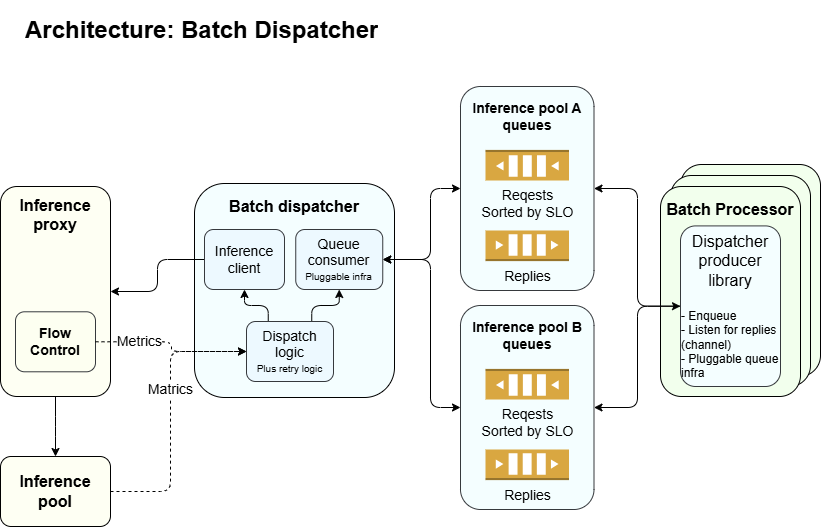
Earlier version of the draw.io export docs/design/diagrams/dispatch_1.png (llm-d-incubation/batch-gateway). Source tidied: cells renumbered, new cells last; positions are measured from the earlier drawing's top-left corner, leaving out a move shared by most shapes. Its diagram source:
```xml
<mxGraphModel>
  <root>
    <mxCell id="0" />
    <mxCell id="1" parent="0" />
    <mxCell id="2" value="&lt;div&gt;&lt;br&gt;&lt;/div&gt;" style="rounded=1;whiteSpace=wrap;html=1;fillColor=#F2FFED;" parent="1" vertex="1">
      <mxGeometry x="680" y="154" width="140" height="212" as="geometry" />
    </mxCell>
    <mxCell id="3" value="&lt;div&gt;&lt;br&gt;&lt;/div&gt;" style="rounded=1;whiteSpace=wrap;html=1;fillColor=#F2FFED;" parent="1" vertex="1">
      <mxGeometry x="670" y="165" width="140" height="211" as="geometry" />
    </mxCell>
    <mxCell id="4" value="&lt;font style=&quot;font-size: 14px;&quot;&gt;&lt;b&gt;Inference pool A&lt;/b&gt;&lt;/font&gt;&lt;div&gt;&lt;font style=&quot;font-size: 14px;&quot;&gt;&lt;b&gt;queues&lt;/b&gt;&lt;/font&gt;&lt;/div&gt;&lt;div&gt;&lt;font style=&quot;font-size: 14px;&quot;&gt;&lt;b&gt;&lt;br&gt;&lt;/b&gt;&lt;/font&gt;&lt;/div&gt;&lt;div&gt;&lt;font style=&quot;font-size: 14px;&quot;&gt;&lt;b&gt;&lt;br&gt;&lt;/b&gt;&lt;/font&gt;&lt;/div&gt;&lt;div&gt;&lt;font style=&quot;font-size: 14px;&quot;&gt;&lt;b&gt;&lt;br&gt;&lt;/b&gt;&lt;/font&gt;&lt;/div&gt;&lt;div&gt;&lt;font style=&quot;font-size: 14px;&quot;&gt;&lt;b&gt;&lt;br&gt;&lt;/b&gt;&lt;/font&gt;&lt;/div&gt;&lt;div&gt;&lt;font style=&quot;font-size: 14px;&quot;&gt;&lt;b&gt;&lt;br&gt;&lt;/b&gt;&lt;/font&gt;&lt;/div&gt;&lt;div&gt;&lt;font style=&quot;font-size: 14px;&quot;&gt;&lt;b&gt;&lt;br&gt;&lt;/b&gt;&lt;/font&gt;&lt;/div&gt;&lt;div&gt;&lt;br&gt;&lt;/div&gt;&lt;div&gt;&lt;br&gt;&lt;/div&gt;&lt;div&gt;&lt;br&gt;&lt;/div&gt;" style="rounded=1;whiteSpace=wrap;html=1;fillColor=#F4FEFF;strokeColor=#36393d;" parent="1" vertex="1">
      <mxGeometry x="460" y="76" width="133.5" height="204" as="geometry" />
    </mxCell>
    <mxCell id="5" value="&lt;div&gt;&lt;font style=&quot;font-size: 16px;&quot;&gt;&lt;b&gt;Batch Processor&lt;/b&gt;&lt;/font&gt;&lt;/div&gt;&lt;div&gt;&lt;font style=&quot;font-size: 16px;&quot;&gt;&lt;b&gt;&lt;br&gt;&lt;/b&gt;&lt;/font&gt;&lt;/div&gt;&lt;div&gt;&lt;font style=&quot;font-size: 16px;&quot;&gt;&lt;b&gt;&lt;br&gt;&lt;/b&gt;&lt;/font&gt;&lt;/div&gt;&lt;div&gt;&lt;font style=&quot;font-size: 16px;&quot;&gt;&lt;b&gt;&lt;br&gt;&lt;/b&gt;&lt;/font&gt;&lt;/div&gt;&lt;div&gt;&lt;font style=&quot;font-size: 16px;&quot;&gt;&lt;b&gt;&lt;br&gt;&lt;/b&gt;&lt;/font&gt;&lt;/div&gt;&lt;div&gt;&lt;font style=&quot;font-size: 16px;&quot;&gt;&lt;b&gt;&lt;br&gt;&lt;/b&gt;&lt;/font&gt;&lt;/div&gt;&lt;div&gt;&lt;font style=&quot;font-size: 16px;&quot;&gt;&lt;b&gt;&lt;br&gt;&lt;/b&gt;&lt;/font&gt;&lt;/div&gt;&lt;div&gt;&lt;font style=&quot;font-size: 16px;&quot;&gt;&lt;b&gt;&lt;br&gt;&lt;/b&gt;&lt;/font&gt;&lt;/div&gt;&lt;div&gt;&lt;br&gt;&lt;/div&gt;&lt;div&gt;&lt;br&gt;&lt;/div&gt;" style="rounded=1;whiteSpace=wrap;html=1;fillColor=#F2FFED;" parent="1" vertex="1">
      <mxGeometry x="660" y="176" width="140" height="210" as="geometry" />
    </mxCell>
    <mxCell id="6" value="&lt;h1&gt;Architecture: Batch Dispatcher&lt;/h1&gt;" style="text;html=1;strokeColor=none;fillColor=none;spacing=5;spacingTop=-20;whiteSpace=wrap;overflow=hidden;rounded=0;fontSize=12;" parent="1" vertex="1">
      <mxGeometry x="20" y="-0.4" width="630" height="40.4" as="geometry" />
    </mxCell>
    <mxCell id="7" style="edgeStyle=elbowEdgeStyle;elbow=vertical;html=1;exitX=0.5;exitY=1;exitDx=0;exitDy=0;" parent="1" edge="1" source="8" target="27">
      <mxGeometry relative="1" as="geometry" />
    </mxCell>
    <mxCell id="8" value="&lt;font style=&quot;font-size: 16px;&quot;&gt;&lt;b&gt;Inference proxy&lt;/b&gt;&lt;/font&gt;&lt;div&gt;&lt;font style=&quot;font-size: 16px;&quot;&gt;&lt;b&gt;&lt;br&gt;&lt;/b&gt;&lt;/font&gt;&lt;/div&gt;&lt;div&gt;&lt;font style=&quot;font-size: 16px;&quot;&gt;&lt;b&gt;&lt;br&gt;&lt;/b&gt;&lt;/font&gt;&lt;/div&gt;&lt;div&gt;&lt;font style=&quot;font-size: 16px;&quot;&gt;&lt;b&gt;&lt;br&gt;&lt;/b&gt;&lt;/font&gt;&lt;/div&gt;&lt;div&gt;&lt;font style=&quot;font-size: 16px;&quot;&gt;&lt;b&gt;&lt;br&gt;&lt;/b&gt;&lt;/font&gt;&lt;/div&gt;&lt;div&gt;&lt;font style=&quot;font-size: 16px;&quot;&gt;&lt;b&gt;&lt;br&gt;&lt;/b&gt;&lt;/font&gt;&lt;/div&gt;&lt;div&gt;&lt;font style=&quot;font-size: 16px;&quot;&gt;&lt;b&gt;&lt;br&gt;&lt;/b&gt;&lt;/font&gt;&lt;/div&gt;&lt;div&gt;&lt;font style=&quot;font-size: 16px;&quot;&gt;&lt;b&gt;&lt;br&gt;&lt;/b&gt;&lt;/font&gt;&lt;/div&gt;&lt;div&gt;&lt;font style=&quot;font-size: 16px;&quot;&gt;&lt;b&gt;&lt;br&gt;&lt;/b&gt;&lt;/font&gt;&lt;/div&gt;" style="rounded=1;whiteSpace=wrap;html=1;fillColor=#FEFFF3;" parent="1" vertex="1">
      <mxGeometry y="176" width="110" height="210" as="geometry" />
    </mxCell>
    <mxCell id="9" value="&lt;span style=&quot;font-size: 16px;&quot;&gt;&lt;b&gt;Batch dispatcher&lt;/b&gt;&lt;/span&gt;&lt;div&gt;&lt;span style=&quot;font-size: 16px;&quot;&gt;&lt;b&gt;&lt;br&gt;&lt;/b&gt;&lt;/span&gt;&lt;/div&gt;&lt;div&gt;&lt;span style=&quot;font-size: 16px;&quot;&gt;&lt;b&gt;&lt;br&gt;&lt;/b&gt;&lt;/span&gt;&lt;/div&gt;&lt;div&gt;&lt;span style=&quot;font-size: 16px;&quot;&gt;&lt;b&gt;&lt;br&gt;&lt;/b&gt;&lt;/span&gt;&lt;/div&gt;&lt;div&gt;&lt;span style=&quot;font-size: 16px;&quot;&gt;&lt;b&gt;&lt;br&gt;&lt;/b&gt;&lt;/span&gt;&lt;/div&gt;&lt;div&gt;&lt;span style=&quot;font-size: 16px;&quot;&gt;&lt;b&gt;&lt;br&gt;&lt;/b&gt;&lt;/span&gt;&lt;/div&gt;&lt;div&gt;&lt;span style=&quot;font-size: 16px;&quot;&gt;&lt;b&gt;&lt;br&gt;&lt;/b&gt;&lt;/span&gt;&lt;/div&gt;&lt;div&gt;&lt;span style=&quot;font-size: 16px;&quot;&gt;&lt;b&gt;&lt;br&gt;&lt;/b&gt;&lt;/span&gt;&lt;/div&gt;&lt;div&gt;&lt;span style=&quot;font-size: 16px;&quot;&gt;&lt;b&gt;&lt;br&gt;&lt;/b&gt;&lt;/span&gt;&lt;/div&gt;&lt;div&gt;&lt;br&gt;&lt;/div&gt;" style="rounded=1;whiteSpace=wrap;html=1;fillColor=#F4FEFF;" parent="1" vertex="1">
      <mxGeometry x="194" y="173" width="200" height="214" as="geometry" />
    </mxCell>
    <mxCell id="10" style="edgeStyle=elbowEdgeStyle;html=1;exitX=0;exitY=0.5;exitDx=0;exitDy=0;entryX=1;entryY=0.5;entryDx=0;entryDy=0;" parent="1" edge="1" source="11" target="8">
      <mxGeometry relative="1" as="geometry" />
    </mxCell>
    <mxCell id="11" value="&lt;font style=&quot;font-size: 14px;&quot;&gt;Inference client&lt;/font&gt;" style="rounded=1;whiteSpace=wrap;html=1;fillColor=#EDF9FF;strokeColor=#36393d;" parent="1" vertex="1">
      <mxGeometry x="204" y="219" width="80" height="60" as="geometry" />
    </mxCell>
    <mxCell id="12" value="&lt;font style=&quot;font-size: 14px;&quot;&gt;Queue consumer&lt;/font&gt;&lt;div&gt;&lt;font size=&quot;1&quot; style=&quot;&quot;&gt;Pluggable infra&lt;/font&gt;&lt;/div&gt;" style="rounded=1;whiteSpace=wrap;html=1;fillColor=#EDF9FF;strokeColor=#36393d;" parent="1" vertex="1">
      <mxGeometry x="295.2" y="219" width="87" height="60" as="geometry" />
    </mxCell>
    <mxCell id="13" style="edgeStyle=elbowEdgeStyle;html=1;entryX=1;entryY=0.5;entryDx=0;entryDy=0;exitX=0;exitY=0.5;exitDx=0;exitDy=0;startArrow=classic;startFill=1;" parent="1" edge="1" source="4" target="12">
      <mxGeometry relative="1" as="geometry">
        <Array as="points">
          <mxPoint x="430" y="213" />
        </Array>
      </mxGeometry>
    </mxCell>
    <mxCell id="14" style="edgeStyle=elbowEdgeStyle;html=1;exitX=0;exitY=0.5;exitDx=0;exitDy=0;entryX=1;entryY=0.5;entryDx=0;entryDy=0;" parent="1" edge="1" source="15" target="29">
      <mxGeometry relative="1" as="geometry" />
    </mxCell>
    <mxCell id="15" value="&lt;div&gt;&lt;span style=&quot;font-size: 16px;&quot;&gt;Dispatcher producer library&lt;/span&gt;&lt;/div&gt;&lt;div&gt;&lt;span style=&quot;font-size: 16px;&quot;&gt;&lt;br&gt;&lt;/span&gt;&lt;/div&gt;&lt;div style=&quot;text-align: left;&quot;&gt;- Enqueue&lt;/div&gt;&lt;div style=&quot;text-align: left;&quot;&gt;- Listen for replies (channel)&lt;/div&gt;&lt;div style=&quot;text-align: left;&quot;&gt;- Pluggable queue infra&lt;/div&gt;" style="rounded=1;whiteSpace=wrap;html=1;fillColor=#F4FEFF;strokeColor=#36393d;" parent="1" vertex="1">
      <mxGeometry x="680" y="215.4" width="100" height="160.6" as="geometry" />
    </mxCell>
    <mxCell id="16" style="edgeStyle=elbowEdgeStyle;html=1;exitX=0;exitY=0.5;exitDx=0;exitDy=0;entryX=1;entryY=0.5;entryDx=0;entryDy=0;startArrow=classic;startFill=1;" parent="1" edge="1" source="15" target="4">
      <mxGeometry relative="1" as="geometry" />
    </mxCell>
    <mxCell id="17" value="&lt;font style=&quot;font-size: 14px;&quot;&gt;Replies&lt;/font&gt;" style="dashed=0;verticalLabelPosition=bottom;verticalAlign=top;align=center;html=1;shape=mxgraph.aws3.queue;fillColor=#D9A741;gradientColor=none;" parent="1" vertex="1">
      <mxGeometry x="485" y="220" width="83.5" height="30.6" as="geometry" />
    </mxCell>
    <mxCell id="18" value="&lt;font style=&quot;font-size: 14px;&quot;&gt;Reqests&lt;/font&gt;&lt;div&gt;&lt;font style=&quot;font-size: 14px;&quot;&gt;Sorted by SLO&lt;/font&gt;&lt;/div&gt;" style="dashed=0;verticalLabelPosition=bottom;verticalAlign=top;align=center;html=1;shape=mxgraph.aws3.queue;fillColor=#D9A741;gradientColor=none;direction=west;" parent="1" vertex="1">
      <mxGeometry x="485" y="139.4" width="83.5" height="30.6" as="geometry" />
    </mxCell>
    <mxCell id="19" style="edgeStyle=elbowEdgeStyle;elbow=vertical;html=1;exitX=0.75;exitY=0;exitDx=0;exitDy=0;entryX=0.5;entryY=1;entryDx=0;entryDy=0;" parent="1" edge="1" source="21" target="12">
      <mxGeometry relative="1" as="geometry" />
    </mxCell>
    <mxCell id="20" style="edgeStyle=elbowEdgeStyle;elbow=vertical;html=1;exitX=0.25;exitY=0;exitDx=0;exitDy=0;entryX=0.5;entryY=1;entryDx=0;entryDy=0;" parent="1" edge="1" source="21" target="11">
      <mxGeometry relative="1" as="geometry" />
    </mxCell>
    <mxCell id="21" value="&lt;span style=&quot;font-size: 14px;&quot;&gt;Dispatch logic&lt;/span&gt;&lt;div&gt;&lt;font size=&quot;1&quot;&gt;Plus retry logic&lt;/font&gt;&lt;/div&gt;" style="rounded=1;whiteSpace=wrap;html=1;fillColor=#EDF9FF;strokeColor=#36393d;" parent="1" vertex="1">
      <mxGeometry x="246" y="311" width="87" height="60" as="geometry" />
    </mxCell>
    <mxCell id="22" value="&lt;span style=&quot;font-size: 14px;&quot;&gt;&lt;b&gt;Flow Control&lt;/b&gt;&lt;/span&gt;" style="rounded=1;whiteSpace=wrap;html=1;fillColor=#FDFFF1;strokeColor=#36393d;" parent="1" vertex="1">
      <mxGeometry x="15" y="301.3" width="80" height="60" as="geometry" />
    </mxCell>
    <mxCell id="23" style="edgeStyle=elbowEdgeStyle;html=1;exitX=1;exitY=0.5;exitDx=0;exitDy=0;entryX=0;entryY=0.5;entryDx=0;entryDy=0;dashed=1;" parent="1" edge="1" source="22" target="21">
      <mxGeometry relative="1" as="geometry" />
    </mxCell>
    <mxCell id="24" value="&lt;font style=&quot;font-size: 14px;&quot;&gt;Metrics&lt;/font&gt;" style="edgeLabel;html=1;align=center;verticalAlign=middle;" parent="23" vertex="1">
      <mxGeometry x="0.43" relative="1" as="geometry">
        <mxPoint x="-62" y="-11" as="offset" />
      </mxGeometry>
    </mxCell>
    <mxCell id="25" style="edgeStyle=elbowEdgeStyle;html=1;exitX=1;exitY=0.5;exitDx=0;exitDy=0;entryX=0;entryY=0.5;entryDx=0;entryDy=0;dashed=1;" parent="1" edge="1" source="27" target="21">
      <mxGeometry relative="1" as="geometry">
        <Array as="points">
          <mxPoint x="170" y="330" />
        </Array>
      </mxGeometry>
    </mxCell>
    <mxCell id="26" value="&lt;font style=&quot;font-size: 14px;&quot;&gt;Matrics&lt;/font&gt;" style="edgeLabel;html=1;align=center;verticalAlign=middle;" parent="25" vertex="1">
      <mxGeometry x="0.18" y="1" relative="1" as="geometry" />
    </mxCell>
    <mxCell id="27" value="&lt;div&gt;&lt;font style=&quot;font-size: 16px;&quot;&gt;&lt;b&gt;Inference pool&lt;/b&gt;&lt;/font&gt;&lt;/div&gt;" style="rounded=1;whiteSpace=wrap;html=1;fillColor=#FEFFF3;" parent="1" vertex="1">
      <mxGeometry y="446" width="110" height="70" as="geometry" />
    </mxCell>
    <mxCell id="28" style="edgeStyle=elbowEdgeStyle;html=1;exitX=0;exitY=0.5;exitDx=0;exitDy=0;entryX=1;entryY=0.5;entryDx=0;entryDy=0;startArrow=classic;startFill=1;" parent="1" edge="1" source="29" target="12">
      <mxGeometry relative="1" as="geometry">
        <Array as="points">
          <mxPoint x="430" y="270" />
        </Array>
      </mxGeometry>
    </mxCell>
    <mxCell id="29" value="&lt;font style=&quot;font-size: 14px;&quot;&gt;&lt;b&gt;Inference pool B&lt;/b&gt;&lt;/font&gt;&lt;div&gt;&lt;font style=&quot;font-size: 14px;&quot;&gt;&lt;b&gt;queues&lt;/b&gt;&lt;/font&gt;&lt;/div&gt;&lt;div&gt;&lt;font style=&quot;font-size: 14px;&quot;&gt;&lt;b&gt;&lt;br&gt;&lt;/b&gt;&lt;/font&gt;&lt;/div&gt;&lt;div&gt;&lt;font style=&quot;font-size: 14px;&quot;&gt;&lt;b&gt;&lt;br&gt;&lt;/b&gt;&lt;/font&gt;&lt;/div&gt;&lt;div&gt;&lt;font style=&quot;font-size: 14px;&quot;&gt;&lt;b&gt;&lt;br&gt;&lt;/b&gt;&lt;/font&gt;&lt;/div&gt;&lt;div&gt;&lt;font style=&quot;font-size: 14px;&quot;&gt;&lt;b&gt;&lt;br&gt;&lt;/b&gt;&lt;/font&gt;&lt;/div&gt;&lt;div&gt;&lt;font style=&quot;font-size: 14px;&quot;&gt;&lt;b&gt;&lt;br&gt;&lt;/b&gt;&lt;/font&gt;&lt;/div&gt;&lt;div&gt;&lt;font style=&quot;font-size: 14px;&quot;&gt;&lt;b&gt;&lt;br&gt;&lt;/b&gt;&lt;/font&gt;&lt;/div&gt;&lt;div&gt;&lt;br&gt;&lt;/div&gt;&lt;div&gt;&lt;br&gt;&lt;/div&gt;&lt;div&gt;&lt;br&gt;&lt;/div&gt;" style="rounded=1;whiteSpace=wrap;html=1;fillColor=#F4FEFF;strokeColor=#36393d;" parent="1" vertex="1">
      <mxGeometry x="460" y="295" width="133.5" height="204" as="geometry" />
    </mxCell>
    <mxCell id="30" value="&lt;font style=&quot;font-size: 14px;&quot;&gt;Replies&lt;/font&gt;" style="dashed=0;verticalLabelPosition=bottom;verticalAlign=top;align=center;html=1;shape=mxgraph.aws3.queue;fillColor=#D9A741;gradientColor=none;" parent="1" vertex="1">
      <mxGeometry x="485" y="439" width="83.5" height="30.6" as="geometry" />
    </mxCell>
    <mxCell id="31" value="&lt;font style=&quot;font-size: 14px;&quot;&gt;Reqests&lt;/font&gt;&lt;div&gt;&lt;font style=&quot;font-size: 14px;&quot;&gt;Sorted by SLO&lt;/font&gt;&lt;/div&gt;" style="dashed=0;verticalLabelPosition=bottom;verticalAlign=top;align=center;html=1;shape=mxgraph.aws3.queue;fillColor=#D9A741;gradientColor=none;direction=west;" parent="1" vertex="1">
      <mxGeometry x="485" y="358.4" width="83.5" height="30.6" as="geometry" />
    </mxCell>
  </root>
</mxGraphModel>
```
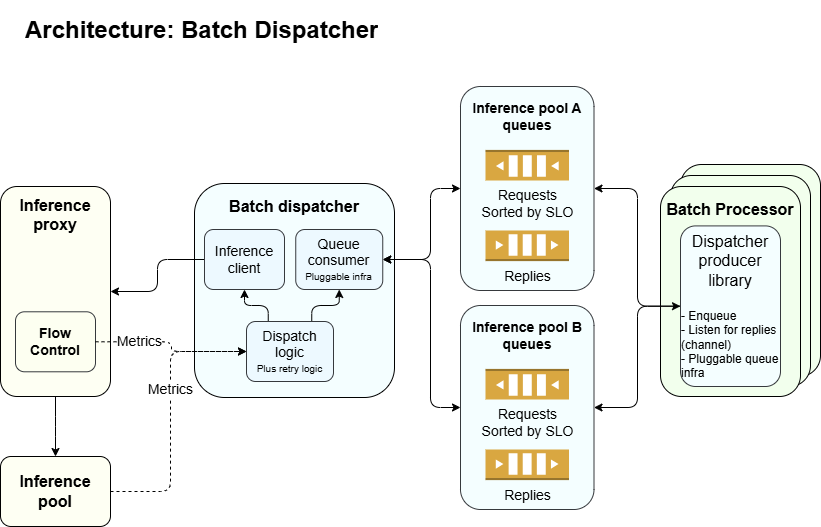
After the commit.

The edit, as a diff of the source:
```diff
@@ -54,7 +54,7 @@
     <mxCell id="17" value="&lt;font style=&quot;font-size: 14px;&quot;&gt;Replies&lt;/font&gt;" style="dashed=0;verticalLabelPosition=bottom;verticalAlign=top;align=center;html=1;shape=mxgraph.aws3.queue;fillColor=#D9A741;gradientColor=none;" parent="1" vertex="1">
       <mxGeometry x="485" y="220" width="83.5" height="30.6" as="geometry" />
     </mxCell>
-    <mxCell id="18" value="&lt;font style=&quot;font-size: 14px;&quot;&gt;Reqests&lt;/font&gt;&lt;div&gt;&lt;font style=&quot;font-size: 14px;&quot;&gt;Sorted by SLO&lt;/font&gt;&lt;/div&gt;" style="dashed=0;verticalLabelPosition=bottom;verticalAlign=top;align=center;html=1;shape=mxgraph.aws3.queue;fillColor=#D9A741;gradientColor=none;direction=west;" parent="1" vertex="1">
+    <mxCell id="18" value="&lt;font style=&quot;font-size: 14px;&quot;&gt;Requests&lt;/font&gt;&lt;div&gt;&lt;font style=&quot;font-size: 14px;&quot;&gt;Sorted by SLO&lt;/font&gt;&lt;/div&gt;" style="dashed=0;verticalLabelPosition=bottom;verticalAlign=top;align=center;html=1;shape=mxgraph.aws3.queue;fillColor=#D9A741;gradientColor=none;direction=west;" parent="1" vertex="1">
       <mxGeometry x="485" y="139.4" width="83.5" height="30.6" as="geometry" />
     </mxCell>
     <mxCell id="19" style="edgeStyle=elbowEdgeStyle;elbow=vertical;html=1;exitX=0.75;exitY=0;exitDx=0;exitDy=0;entryX=0.5;entryY=1;entryDx=0;entryDy=0;" parent="1" edge="1" source="21" target="12">
@@ -84,7 +84,7 @@
         </Array>
       </mxGeometry>
     </mxCell>
-    <mxCell id="26" value="&lt;font style=&quot;font-size: 14px;&quot;&gt;Matrics&lt;/font&gt;" style="edgeLabel;html=1;align=center;verticalAlign=middle;" parent="25" vertex="1">
+    <mxCell id="26" value="&lt;font style=&quot;font-size: 14px;&quot;&gt;Metrics&lt;/font&gt;" style="edgeLabel;html=1;align=center;verticalAlign=middle;" parent="25" vertex="1">
       <mxGeometry x="0.18" y="1" relative="1" as="geometry" />
     </mxCell>
     <mxCell id="27" value="&lt;div&gt;&lt;font style=&quot;font-size: 16px;&quot;&gt;&lt;b&gt;Inference pool&lt;/b&gt;&lt;/font&gt;&lt;/div&gt;" style="rounded=1;whiteSpace=wrap;html=1;fillColor=#FEFFF3;" parent="1" vertex="1">
@@ -103,7 +103,7 @@
     <mxCell id="30" value="&lt;font style=&quot;font-size: 14px;&quot;&gt;Replies&lt;/font&gt;" style="dashed=0;verticalLabelPosition=bottom;verticalAlign=top;align=center;html=1;shape=mxgraph.aws3.queue;fillColor=#D9A741;gradientColor=none;" parent="1" vertex="1">
       <mxGeometry x="485" y="439" width="83.5" height="30.6" as="geometry" />
     </mxCell>
-    <mxCell id="31" value="&lt;font style=&quot;font-size: 14px;&quot;&gt;Reqests&lt;/font&gt;&lt;div&gt;&lt;font style=&quot;font-size: 14px;&quot;&gt;Sorted by SLO&lt;/font&gt;&lt;/div&gt;" style="dashed=0;verticalLabelPosition=bottom;verticalAlign=top;align=center;html=1;shape=mxgraph.aws3.queue;fillColor=#D9A741;gradientColor=none;direction=west;" parent="1" vertex="1">
+    <mxCell id="31" value="&lt;font style=&quot;font-size: 14px;&quot;&gt;Requests&lt;/font&gt;&lt;div&gt;&lt;font style=&quot;font-size: 14px;&quot;&gt;Sorted by SLO&lt;/font&gt;&lt;/div&gt;" style="dashed=0;verticalLabelPosition=bottom;verticalAlign=top;align=center;html=1;shape=mxgraph.aws3.queue;fillColor=#D9A741;gradientColor=none;direction=west;" parent="1" vertex="1">
       <mxGeometry x="485" y="358.4" width="83.5" height="30.6" as="geometry" />
     </mxCell>
   </root>
```
